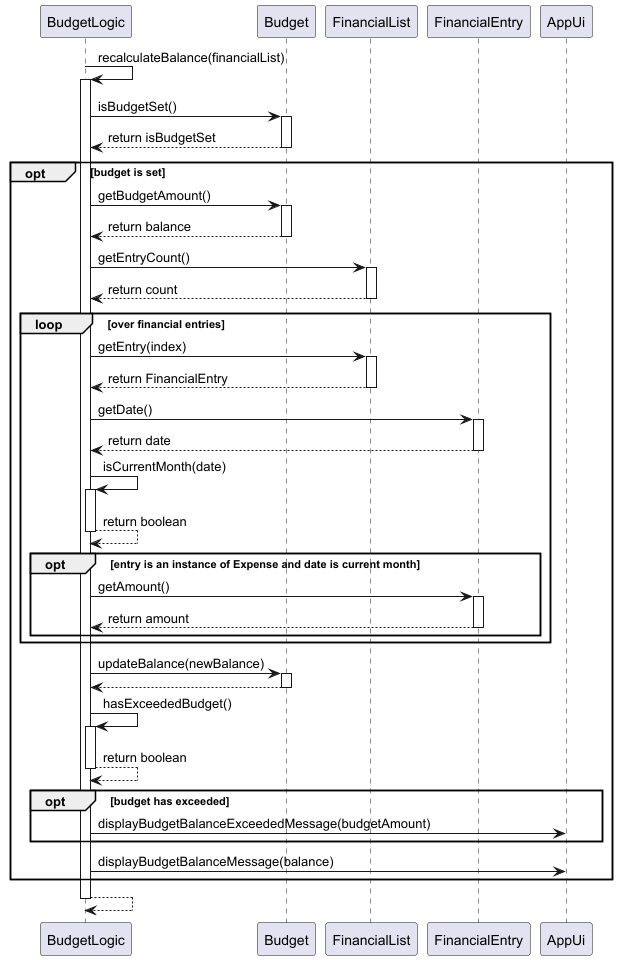
Above: docs/UML/recalculateBalanceSequence.png in nus-cs2113-AY2425S1/tp (PlantUML), before the change. The source it was exported from:
```plantuml
@startuml

participant BudgetLogic
participant Budget
participant FinancialList
participant FinancialEntry
participant AppUi

BudgetLogic -> BudgetLogic: recalculateBalance(financialList)
activate BudgetLogic
BudgetLogic -> Budget: isBudgetSet()
activate Budget
Budget --> BudgetLogic: return isBudgetSet
deactivate Budget

opt budget is set
    BudgetLogic -> Budget: getBudgetAmount()
    activate Budget
    Budget --> BudgetLogic: return balance
    deactivate Budget

    BudgetLogic -> FinancialList: getEntryCount()
    activate FinancialList
    FinancialList --> BudgetLogic: return count
    deactivate FinancialList

    loop over financial entries
        BudgetLogic -> FinancialList: getEntry(index)
        activate FinancialList
        FinancialList --> BudgetLogic: return FinancialEntry
        deactivate FinancialList

        BudgetLogic -> FinancialEntry: getDate()
        activate FinancialEntry
        FinancialEntry --> BudgetLogic: return date
        deactivate FinancialEntry

        BudgetLogic -> BudgetLogic: isCurrentMonth(date)
        activate BudgetLogic
        BudgetLogic --> BudgetLogic: return boolean
        deactivate BudgetLogic

        opt entry is an instance of Expense and date is current month
            BudgetLogic -> FinancialEntry: getAmount()
            activate FinancialEntry
            FinancialEntry --> BudgetLogic: return amount
            deactivate FinancialEntry
        end
    end

    BudgetLogic -> Budget: updateBalance(newBalance)
    activate Budget
    Budget --> BudgetLogic
    deactivate Budget

    BudgetLogic -> BudgetLogic: hasExceededBudget()
    activate BudgetLogic
    BudgetLogic --> BudgetLogic: return boolean
    deactivate BudgetLogic

    opt budget has exceeded
        BudgetLogic -> AppUi: displayBudgetBalanceExceededMessage(budgetAmount)
    end

    BudgetLogic -> AppUi: displayBudgetBalanceMessage(balance)
end
BudgetLogic --> BudgetLogic
deactivate BudgetLogic
@enduml
```
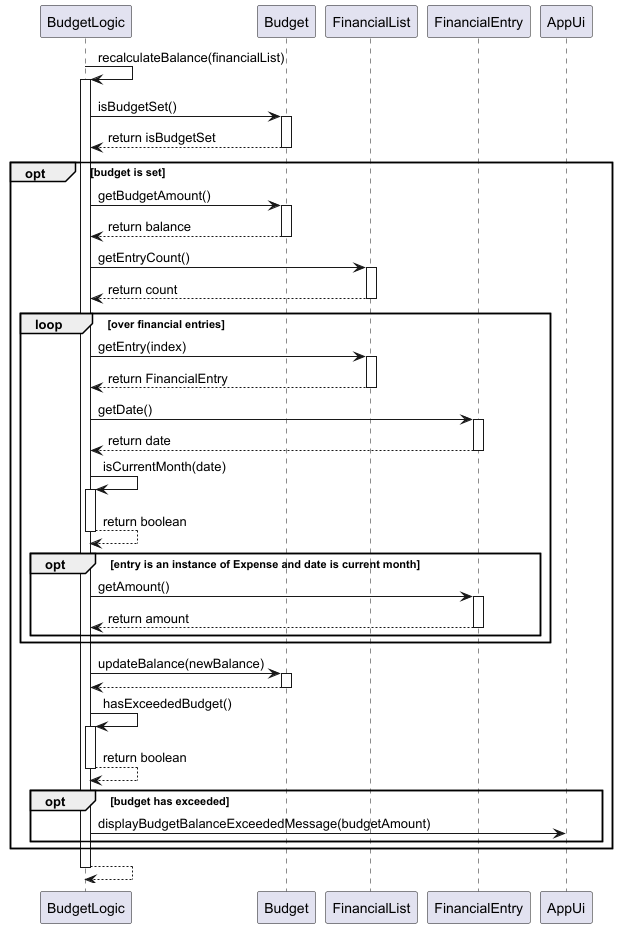
The same diagram one commit later.

What changed in the source:
```diff
@@ -61,8 +61,6 @@
     opt budget has exceeded
         BudgetLogic -> AppUi: displayBudgetBalanceExceededMessage(budgetAmount)
     end
-
-    BudgetLogic -> AppUi: displayBudgetBalanceMessage(balance)
 end
 BudgetLogic --> BudgetLogic
 deactivate BudgetLogic
```
